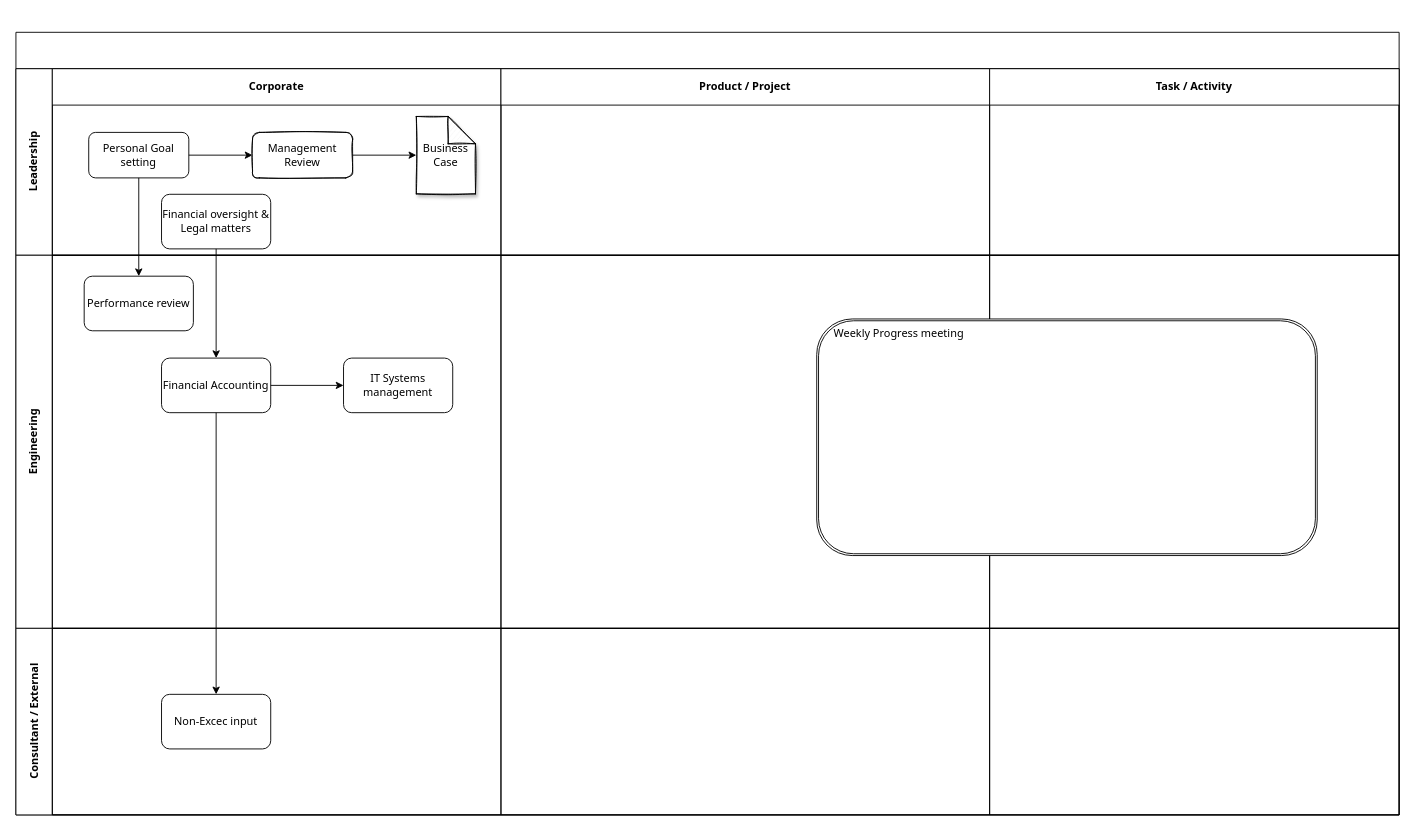
Above: Untitled Diagram.drawio in Chris24main/python-hello-world (draw.io), before the change. Source tidied: cells renumbered, new cells numbered last; positions are measured from the earlier drawing's top-left corner, leaving out a move shared by most shapes. Both pictures are drawn from the tidied source at 91%, with x=0, y=0 at pixel (15, 32).
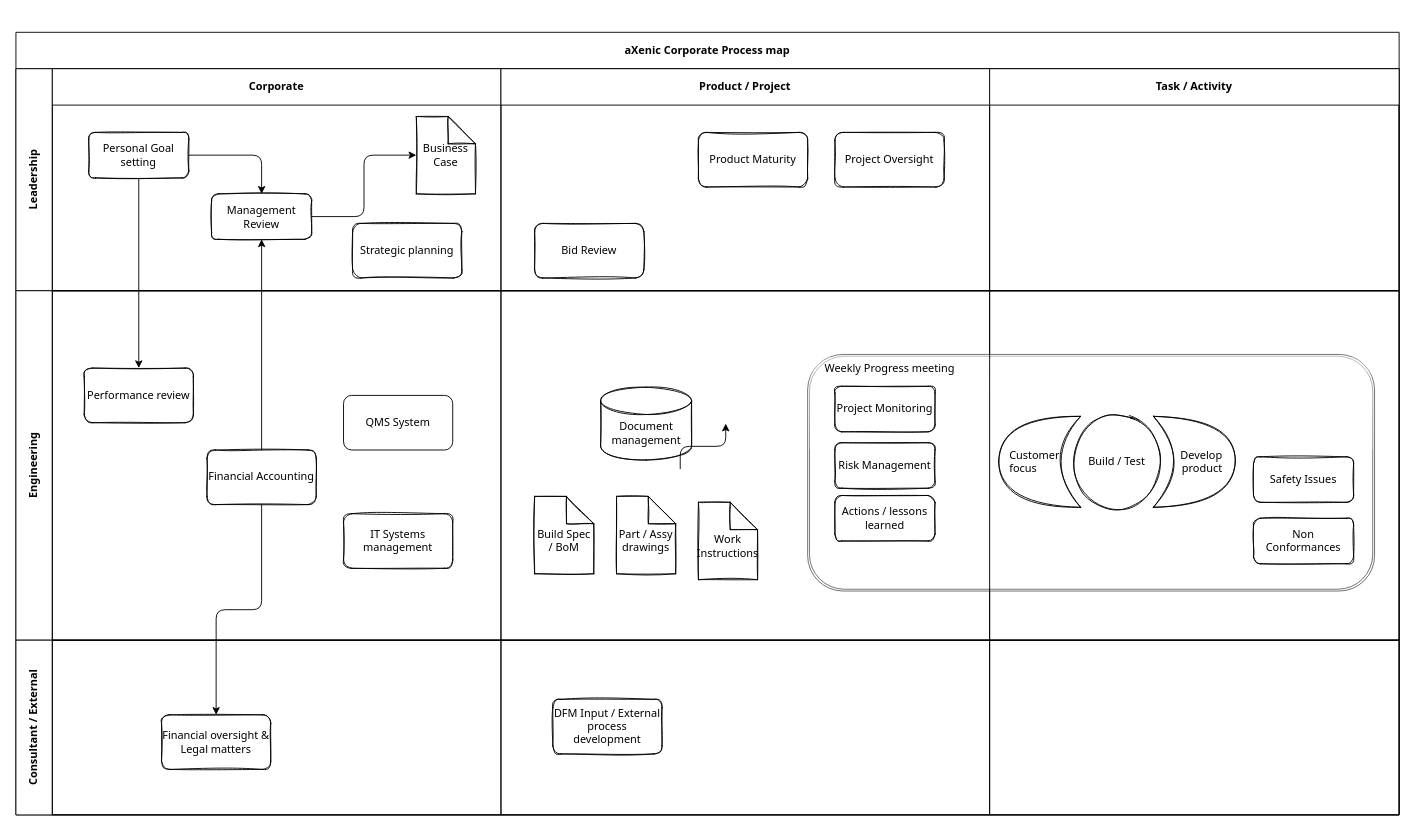
The same diagram, later.

What changed in the source:
```diff
@@
-    <mxCell id="2" value="&#10;&#10;&lt;a class=&quot;CID0f2e3169-4c8a-4aa3-9b78-e415565988bc&quot; style=&quot;color: rgb(0, 0, 0); font-family: &amp;quot;times new roman&amp;quot;; font-size: medium; font-style: normal; font-weight: 400; letter-spacing: normal; text-indent: 0px; text-transform: none; word-spacing: 0px;&quot;&gt;&amp;nbsp;&lt;/a&gt;&#10;&#10;" style="shape=table;childLayout=tableLayout;rowLines=0;columnLines=0;startSize=40;html=1;whiteSpace=wrap;fontStyle=1;align=center;fontFamily=Tahoma;" parent="1" vertex="1">
+    <mxCell id="2" value="aXenic Corporate Process map" style="shape=table;childLayout=tableLayout;rowLines=0;columnLines=0;startSize=40;html=1;whiteSpace=wrap;fontStyle=1;align=center;fontFamily=Tahoma;sketch=0;fillColor=#FFFFFF;" parent="1" vertex="1">
       <mxGeometry width="1520" height="860" as="geometry" />
     </mxCell>
-    <mxCell id="3" value="Leadership" style="swimlane;horizontal=0;startSize=40;html=1;whiteSpace=wrap;fontStyle=1;fontFamily=Tahoma;" parent="2" vertex="1">
-      <mxGeometry y="40" width="1520" height="205" as="geometry" />
+    <mxCell id="3" value="Leadership" style="swimlane;horizontal=0;startSize=40;html=1;whiteSpace=wrap;fontStyle=1;fontFamily=Tahoma;sketch=0;" parent="2" vertex="1">
+      <mxGeometry y="40" width="1520" height="244" as="geometry" />
     </mxCell>
     <mxCell id="4" value="Corporate" style="swimlane;startSize=40;html=1;whiteSpace=wrap;fontFamily=Tahoma;sketch=0;" parent="3" vertex="1">
-      <mxGeometry x="40" width="493" height="205" as="geometry" />
+      <mxGeometry x="40" width="493" height="244" as="geometry" />
     </mxCell>
-    <mxCell id="5" value="Personal Goal setting" style="rounded=1;whiteSpace=wrap;html=1;fontFamily=Tahoma;" parent="4" vertex="1">
+    <mxCell id="5" value="Personal Goal setting" style="rounded=1;whiteSpace=wrap;html=1;fontFamily=Tahoma;sketch=1;" parent="4" vertex="1">
       <mxGeometry x="40" y="70" width="110" height="50" as="geometry" />
     </mxCell>
-    <mxCell id="6" style="edgeStyle=orthogonalEdgeStyle;rounded=0;jettySize=auto;html=1;exitX=1;exitY=0.5;exitDx=0;exitDy=0;fontFamily=Tahoma;" parent="4" edge="1" source="5" target="7">
+    <mxCell id="6" style="edgeStyle=orthogonalEdgeStyle;rounded=1;jettySize=auto;html=1;exitX=1;exitY=0.5;exitDx=0;exitDy=0;fontFamily=Tahoma;sketch=0;" parent="4" edge="1" source="5" target="7">
       <mxGeometry relative="1" as="geometry" />
     </mxCell>
     <mxCell id="7" value="Management Review" style="rounded=1;whiteSpace=wrap;html=1;fontFamily=Tahoma;sketch=1;" parent="4" vertex="1">
-      <mxGeometry x="220" y="70" width="110" height="50" as="geometry" />
+      <mxGeometry x="175" y="137.5" width="110" height="50" as="geometry" />
     </mxCell>
-    <mxCell id="8" value="Business Case" style="shape=note;whiteSpace=wrap;html=1;backgroundOutline=1;darkOpacity=0.05;rounded=1;fontFamily=Tahoma;shadow=1;sketch=1;" parent="4" vertex="1">
+    <mxCell id="8" value="Business Case" style="shape=note;whiteSpace=wrap;html=1;backgroundOutline=1;darkOpacity=0.05;rounded=1;fontFamily=Tahoma;shadow=0;sketch=1;" parent="4" vertex="1">
       <mxGeometry x="400" y="52.5" width="65" height="85" as="geometry" />
     </mxCell>
-    <mxCell id="9" style="edgeStyle=orthogonalEdgeStyle;rounded=0;jettySize=auto;html=1;fontFamily=Tahoma;" parent="4" edge="1" source="7" target="8">
+    <mxCell id="9" style="edgeStyle=orthogonalEdgeStyle;rounded=1;jettySize=auto;html=1;fontFamily=Tahoma;sketch=0;" parent="4" edge="1" source="7" target="8">
       <mxGeometry relative="1" as="geometry" />
     </mxCell>
-    <mxCell id="10" value="Financial oversight &amp;amp; Legal matters" style="rounded=1;whiteSpace=wrap;html=1;fontFamily=Tahoma;" parent="4" vertex="1">
-      <mxGeometry x="120" y="138" width="120" height="60" as="geometry" />
-    </mxCell>
+    <mxCell id="30" value="Strategic planning" style="rounded=1;whiteSpace=wrap;html=1;fontFamily=Tahoma;sketch=1;" parent="4" vertex="1">
+      <mxGeometry x="330" y="170" width="120" height="60" as="geometry" />
+    </mxCell>
-    <mxCell id="11" value="Product / Project" style="swimlane;startSize=40;html=1;whiteSpace=wrap;fontFamily=Tahoma;" parent="3" vertex="1">
-      <mxGeometry x="533" width="537" height="205" as="geometry" />
+    <mxCell id="11" value="Product / Project" style="swimlane;startSize=40;html=1;whiteSpace=wrap;fontFamily=Tahoma;sketch=0;" parent="3" vertex="1">
+      <mxGeometry x="533" width="537" height="244" as="geometry" />
     </mxCell>
+    <mxCell id="31" value="Product Maturity" style="rounded=1;whiteSpace=wrap;html=1;fontFamily=Tahoma;sketch=1;" parent="11" vertex="1">
+      <mxGeometry x="217" y="70" width="120" height="60" as="geometry" />
+    </mxCell>
+    <mxCell id="32" value="Project Oversight" style="rounded=1;whiteSpace=wrap;html=1;fontFamily=Tahoma;sketch=1;" parent="11" vertex="1">
+      <mxGeometry x="367" y="70" width="120" height="60" as="geometry" />
+    </mxCell>
+    <mxCell id="33" value="Bid Review" style="rounded=1;whiteSpace=wrap;html=1;fontFamily=Tahoma;sketch=1;" parent="11" vertex="1">
+      <mxGeometry x="37" y="170" width="120" height="60" as="geometry" />
+    </mxCell>
-    <mxCell id="12" value="Task / Activity" style="swimlane;startSize=40;html=1;whiteSpace=wrap;fontFamily=Tahoma;" parent="3" vertex="1">
-      <mxGeometry x="1070" width="450" height="205" as="geometry" />
+    <mxCell id="12" value="Task / Activity" style="swimlane;startSize=40;html=1;whiteSpace=wrap;fontFamily=Tahoma;sketch=0;" parent="3" vertex="1">
+      <mxGeometry x="1070" width="450" height="244" as="geometry" />
     </mxCell>
-    <mxCell id="13" value="Engineering" style="swimlane;horizontal=0;startSize=40;html=1;whiteSpace=wrap;fontFamily=Tahoma;" parent="2" vertex="1">
-      <mxGeometry y="245" width="1520" height="410" as="geometry" />
+    <mxCell id="13" value="Engineering" style="swimlane;horizontal=0;startSize=40;html=1;whiteSpace=wrap;fontFamily=Tahoma;sketch=0;" parent="2" vertex="1">
+      <mxGeometry y="284" width="1520" height="384" as="geometry" />
     </mxCell>
-    <mxCell id="14" style="swimlane;startSize=0;html=1;whiteSpace=wrap;fontFamily=Tahoma;" parent="13" vertex="1">
-      <mxGeometry x="40" width="493" height="410" as="geometry" />
+    <mxCell id="14" style="swimlane;startSize=0;html=1;whiteSpace=wrap;fontFamily=Tahoma;sketch=0;" parent="13" vertex="1">
+      <mxGeometry x="40" width="493" height="384" as="geometry" />
     </mxCell>
-    <mxCell id="15" value="Financial Accounting" style="whiteSpace=wrap;html=1;rounded=1;fontFamily=Tahoma;" parent="14" vertex="1">
-      <mxGeometry x="120" y="113" width="120" height="60" as="geometry" />
+    <mxCell id="15" value="Financial Accounting" style="whiteSpace=wrap;html=1;rounded=1;fontFamily=Tahoma;sketch=1;" parent="14" vertex="1">
+      <mxGeometry x="170" y="175" width="120" height="60" as="geometry" />
     </mxCell>
-    <mxCell id="16" value="Performance review" style="whiteSpace=wrap;html=1;rounded=1;fontFamily=Tahoma;" parent="14" vertex="1">
-      <mxGeometry x="35" y="23" width="120" height="60" as="geometry" />
+    <mxCell id="16" value="Performance review" style="whiteSpace=wrap;html=1;rounded=1;fontFamily=Tahoma;sketch=1;" parent="14" vertex="1">
+      <mxGeometry x="35" y="85" width="120" height="60" as="geometry" />
     </mxCell>
-    <mxCell id="17" value="IT Systems management" style="whiteSpace=wrap;html=1;rounded=1;fontFamily=Tahoma;" parent="14" vertex="1">
-      <mxGeometry x="320" y="113" width="120" height="60" as="geometry" />
+    <mxCell id="17" value="QMS System" style="whiteSpace=wrap;html=1;rounded=1;fontFamily=Tahoma;sketch=0;" parent="14" vertex="1">
+      <mxGeometry x="320" y="115" width="120" height="60" as="geometry" />
     </mxCell>
-    <mxCell id="18" style="edgeStyle=orthogonalEdgeStyle;rounded=0;jettySize=auto;html=1;fontFamily=Tahoma;" parent="14" edge="1" source="15" target="17">
-      <mxGeometry relative="1" as="geometry" />
-    </mxCell>
+    <mxCell id="34" value="IT Systems management" style="whiteSpace=wrap;html=1;rounded=1;fontFamily=Tahoma;sketch=1;" parent="14" vertex="1">
+      <mxGeometry x="320" y="245" width="120" height="60" as="geometry" />
+    </mxCell>
-    <mxCell id="19" style="swimlane;startSize=0;html=1;whiteSpace=wrap;fontFamily=Tahoma;" parent="13" vertex="1">
-      <mxGeometry x="533" width="537" height="410" as="geometry" />
+    <mxCell id="19" style="swimlane;startSize=0;html=1;whiteSpace=wrap;fontFamily=Tahoma;sketch=0;rounded=0;" parent="13" vertex="1">
+      <mxGeometry x="533" width="537" height="384" as="geometry" />
     </mxCell>
+    <mxCell id="21" value="Weekly Progress meeting" style="shape=ext;double=1;rounded=1;whiteSpace=wrap;html=1;align=left;verticalAlign=top;fontFamily=Tahoma;spacingLeft=15;glass=1;shadow=0;sketch=0;opacity=60;" parent="19" vertex="1">
+      <mxGeometry x="337" y="70" width="623" height="260" as="geometry" />
+    </mxCell>
+    <mxCell id="35" value="Work Instructions" style="shape=note;whiteSpace=wrap;html=1;backgroundOutline=1;darkOpacity=0.05;rounded=1;fontFamily=Tahoma;shadow=0;sketch=1;spacingTop=12;" parent="19" vertex="1">
+      <mxGeometry x="217" y="232.5" width="65" height="85" as="geometry" />
+    </mxCell>
+    <mxCell id="36" value="Safety Issues" style="rounded=1;whiteSpace=wrap;html=1;fontFamily=Tahoma;sketch=1;" parent="19" vertex="1">
+      <mxGeometry x="827" y="182.5" width="110" height="50" as="geometry" />
+    </mxCell>
+    <mxCell id="37" value="Develop product" style="shape=xor;whiteSpace=wrap;html=1;rounded=1;shadow=0;glass=0;sketch=1;fontFamily=Tahoma;align=right;rotation=0;spacingRight=12;" parent="19" vertex="1">
+      <mxGeometry x="717" y="138" width="90" height="100" as="geometry" />
+    </mxCell>
+    <mxCell id="38" value="Customer focus" style="shape=xor;whiteSpace=wrap;html=1;rounded=1;shadow=0;glass=0;sketch=1;fontFamily=Tahoma;align=left;rotation=0;spacingLeft=10;direction=west;" parent="19" vertex="1">
+      <mxGeometry x="547" y="138" width="90" height="100" as="geometry" />
+    </mxCell>
+    <mxCell id="39" value="Build / Test" style="ellipse;whiteSpace=wrap;html=1;rounded=1;shadow=0;glass=0;sketch=1;fontFamily=Tahoma;align=center;spacingLeft=0;" parent="19" vertex="1">
+      <mxGeometry x="627" y="138" width="100" height="100" as="geometry" />
+    </mxCell>
-    <mxCell id="20" style="swimlane;startSize=0;html=1;whiteSpace=wrap;fontFamily=Tahoma;" parent="13" vertex="1">
-      <mxGeometry x="1070" width="450" height="410" as="geometry" />
+    <mxCell id="20" style="swimlane;startSize=0;html=1;whiteSpace=wrap;fontFamily=Tahoma;sketch=0;" parent="13" vertex="1">
+      <mxGeometry x="1070" width="450" height="384" as="geometry" />
     </mxCell>
-    <mxCell id="21" value="Weekly Progress meeting" style="shape=ext;double=1;rounded=1;whiteSpace=wrap;html=1;align=left;verticalAlign=top;fontFamily=Tahoma;spacingLeft=15;glass=0;shadow=0;sketch=0;" parent="20" vertex="1">
-      <mxGeometry x="-190" y="70" width="550" height="260" as="geometry" />
-    </mxCell>
+    <mxCell id="40" value="Project Monitoring" style="rounded=1;whiteSpace=wrap;html=1;fontFamily=Tahoma;sketch=1;" parent="20" vertex="1">
+      <mxGeometry x="-170" y="105" width="110" height="50" as="geometry" />
+    </mxCell>
+    <mxCell id="41" value="Actions / lessons learned" style="rounded=1;whiteSpace=wrap;html=1;fontFamily=Tahoma;sketch=1;" parent="20" vertex="1">
+      <mxGeometry x="-170" y="225" width="110" height="50" as="geometry" />
+    </mxCell>
+    <mxCell id="42" value="Risk Management" style="rounded=1;whiteSpace=wrap;html=1;fontFamily=Tahoma;sketch=1;" parent="20" vertex="1">
+      <mxGeometry x="-170" y="167" width="110" height="50" as="geometry" />
+    </mxCell>
-    <mxCell id="22" value="Consultant / External" style="swimlane;horizontal=0;startSize=40;html=1;whiteSpace=wrap;fontFamily=Tahoma;" parent="2" vertex="1">
-      <mxGeometry y="655" width="1520" height="205" as="geometry" />
+    <mxCell id="22" value="Consultant / External" style="swimlane;horizontal=0;startSize=40;html=1;whiteSpace=wrap;fontFamily=Tahoma;sketch=0;" parent="2" vertex="1">
+      <mxGeometry y="668" width="1520" height="192" as="geometry" />
     </mxCell>
-    <mxCell id="23" style="swimlane;startSize=0;html=1;whiteSpace=wrap;fontFamily=Tahoma;" parent="22" vertex="1">
-      <mxGeometry x="40" width="493" height="205" as="geometry" />
+    <mxCell id="23" style="swimlane;startSize=0;html=1;whiteSpace=wrap;fontFamily=Tahoma;sketch=0;" parent="22" vertex="1">
+      <mxGeometry x="40" width="493" height="192" as="geometry" />
     </mxCell>
-    <mxCell id="24" value="Non-Excec input" style="whiteSpace=wrap;html=1;rounded=1;fontFamily=Tahoma;" parent="23" vertex="1">
-      <mxGeometry x="120" y="72.5" width="120" height="60" as="geometry" />
-    </mxCell>
+    <mxCell id="10" value="Financial oversight &amp;amp; Legal matters" style="rounded=1;whiteSpace=wrap;html=1;fontFamily=Tahoma;sketch=1;" parent="23" vertex="1">
+      <mxGeometry x="120" y="82" width="120" height="60" as="geometry" />
+    </mxCell>
-    <mxCell id="25" style="swimlane;startSize=0;html=1;whiteSpace=wrap;fontFamily=Tahoma;" parent="22" vertex="1">
-      <mxGeometry x="533" width="537" height="205" as="geometry" />
+    <mxCell id="25" style="swimlane;startSize=0;html=1;whiteSpace=wrap;fontFamily=Tahoma;sketch=0;" parent="22" vertex="1">
+      <mxGeometry x="533" width="537" height="192" as="geometry" />
     </mxCell>
+    <mxCell id="43" value="DFM Input / External process development" style="whiteSpace=wrap;html=1;rounded=1;fontFamily=Tahoma;sketch=1;" parent="25" vertex="1">
+      <mxGeometry x="57" y="65" width="120" height="60" as="geometry" />
+    </mxCell>
-    <mxCell id="26" style="swimlane;startSize=0;html=1;whiteSpace=wrap;fontFamily=Tahoma;" parent="22" vertex="1">
-      <mxGeometry x="1070" width="450" height="205" as="geometry" />
+    <mxCell id="26" style="swimlane;startSize=0;html=1;whiteSpace=wrap;fontFamily=Tahoma;sketch=0;" parent="22" vertex="1">
+      <mxGeometry x="1070" width="450" height="192" as="geometry" />
     </mxCell>
-    <mxCell id="27" style="edgeStyle=orthogonalEdgeStyle;rounded=0;jettySize=auto;html=1;fontFamily=Tahoma;" parent="2" edge="1" source="10" target="15">
-      <mxGeometry relative="1" as="geometry" />
-    </mxCell>
-    <mxCell id="28" style="edgeStyle=orthogonalEdgeStyle;rounded=0;jettySize=auto;html=1;fontFamily=Tahoma;" parent="2" edge="1" source="15" target="24">
+    <mxCell id="28" style="edgeStyle=orthogonalEdgeStyle;rounded=1;jettySize=auto;html=1;fontFamily=Tahoma;entryX=0.5;entryY=0;entryDx=0;entryDy=0;sketch=0;" parent="2" edge="1" source="15" target="10">
       <mxGeometry relative="1" as="geometry" />
     </mxCell>
-    <mxCell id="29" style="edgeStyle=orthogonalEdgeStyle;rounded=0;jettySize=auto;html=1;fontFamily=Tahoma;" parent="2" edge="1" source="5" target="16">
+    <mxCell id="29" style="edgeStyle=orthogonalEdgeStyle;rounded=0;jettySize=auto;html=1;fontFamily=Tahoma;sketch=0;" parent="2" edge="1" source="5" target="16">
       <mxGeometry relative="1" as="geometry" />
     </mxCell>
+    <mxCell id="44" style="edgeStyle=orthogonalEdgeStyle;rounded=0;jettySize=auto;html=1;exitX=0.5;exitY=0;exitDx=0;exitDy=0;entryX=0.5;entryY=1;entryDx=0;entryDy=0;fontFamily=Tahoma;sketch=0;" parent="2" edge="1" source="15" target="7">
+      <mxGeometry relative="1" as="geometry" />
+    </mxCell>
+    <mxCell id="45" value="Document management" style="shape=cylinder3;whiteSpace=wrap;html=1;boundedLbl=1;backgroundOutline=1;size=15;rounded=1;shadow=0;glass=0;sketch=1;fontFamily=Tahoma;align=center;spacingBottom=4;" parent="1" vertex="1">
+      <mxGeometry x="642.5" y="390" width="100" height="80" as="geometry" />
+    </mxCell>
+    <mxCell id="46" value="Build Spec / BoM" style="shape=note;whiteSpace=wrap;html=1;backgroundOutline=1;darkOpacity=0.05;rounded=1;fontFamily=Tahoma;shadow=0;sketch=1;spacingTop=12;" parent="1" vertex="1">
+      <mxGeometry x="570" y="510" width="65" height="85" as="geometry" />
+    </mxCell>
+    <mxCell id="47" value="Part / Assy drawings" style="shape=note;whiteSpace=wrap;html=1;backgroundOutline=1;darkOpacity=0.05;rounded=1;fontFamily=Tahoma;shadow=0;sketch=1;spacingTop=12;" parent="1" vertex="1">
+      <mxGeometry x="660" y="510" width="65" height="85" as="geometry" />
+    </mxCell>
+    <mxCell id="48" value="Non Conformances" style="rounded=1;whiteSpace=wrap;html=1;fontFamily=Tahoma;sketch=1;" parent="1" vertex="1">
+      <mxGeometry x="1360" y="534" width="110" height="50" as="geometry" />
+    </mxCell>
+    <mxCell id="49" style="edgeStyle=elbowEdgeStyle;elbow=vertical;endArrow=classic;html=1;fontFamily=Tahoma;sketch=0;" parent="1" edge="1">
+      <mxGeometry relative="1" as="geometry">
+        <mxPoint x="730" y="480" as="sourcePoint" />
+        <mxPoint x="780" y="430" as="targetPoint" />
+      </mxGeometry>
+    </mxCell>
```
